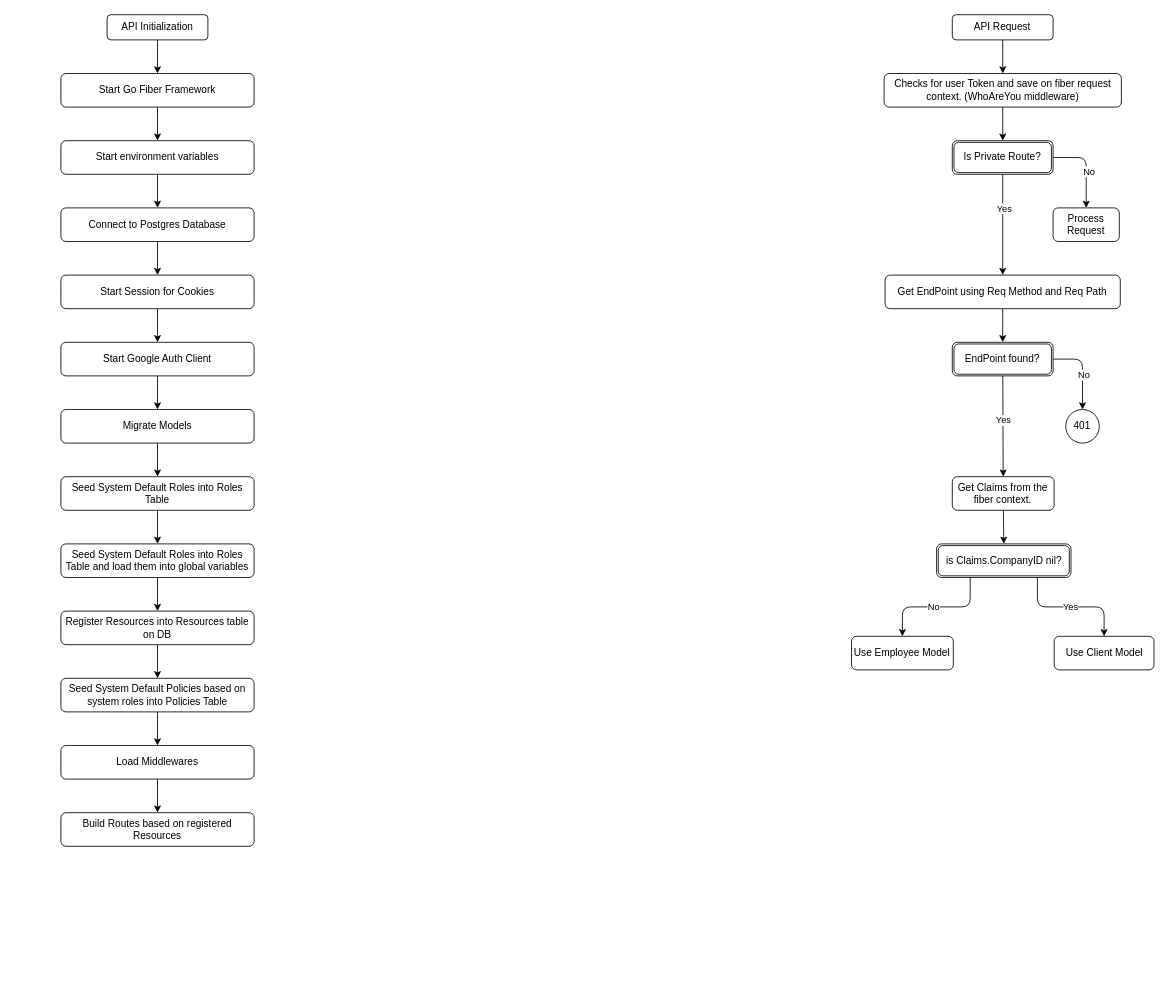
This is workflow.drawio from mynute-app/mynute-go, a draw.io file, before an edit. Source tidied: cells renumbered, new cells numbered last; positions are measured from the earlier drawing's top-left corner, leaving out a move shared by most shapes. Both pictures are drawn from the tidied source at 84%, with x=0, y=0 at pixel (60, 14).
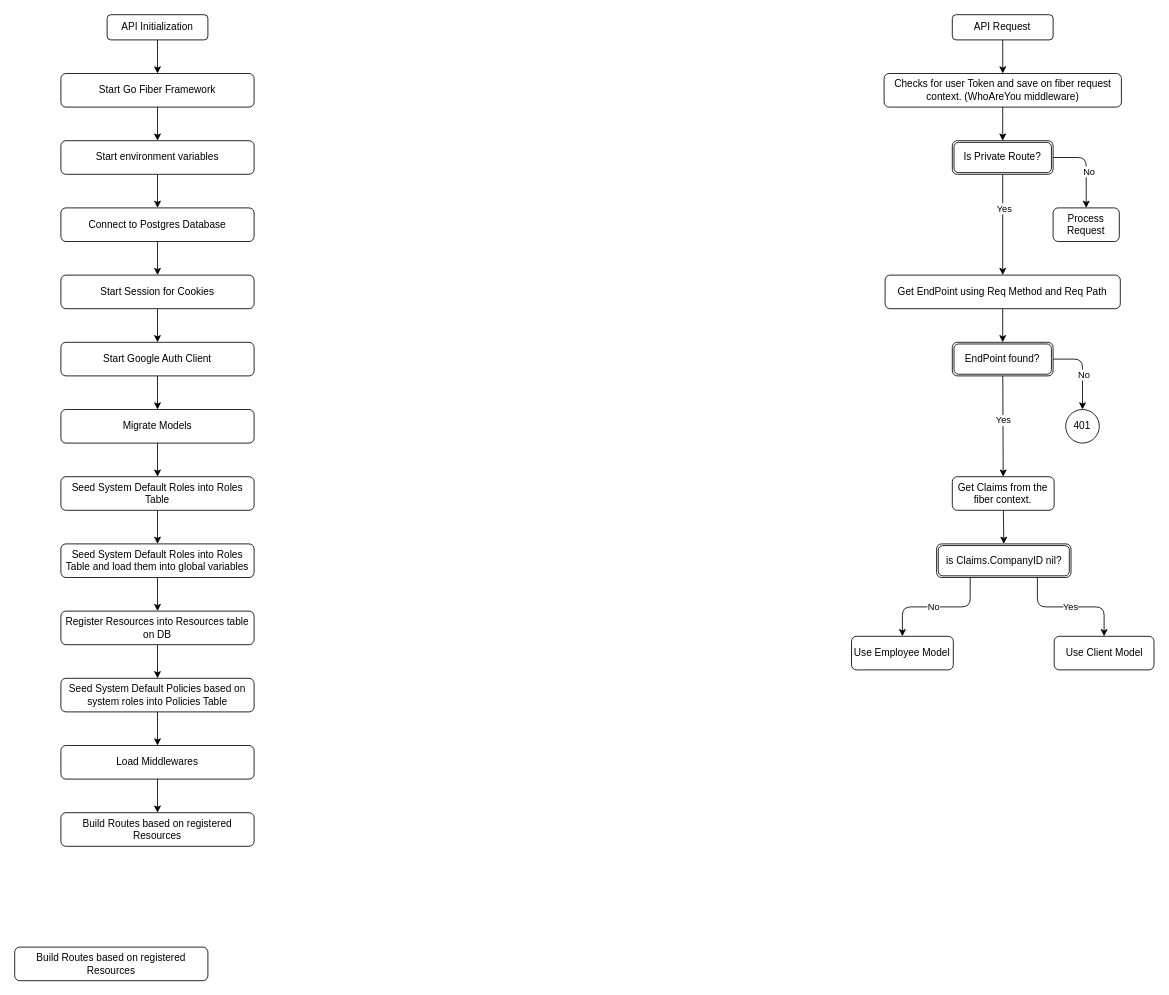
Above is the later version.

Commit message (it also covers changes not shown here):
Understanding better how the interactions will happen between policies and resources.

The edit, as a diff of the source:
```diff
@@
+    <mxCell id="54" value="Build Routes based on registered Resources" style="rounded=1;whiteSpace=wrap;html=1;" parent="1" vertex="1">
+      <mxGeometry x="-55" y="1110" width="230" height="40" as="geometry" />
+    </mxCell>
```
